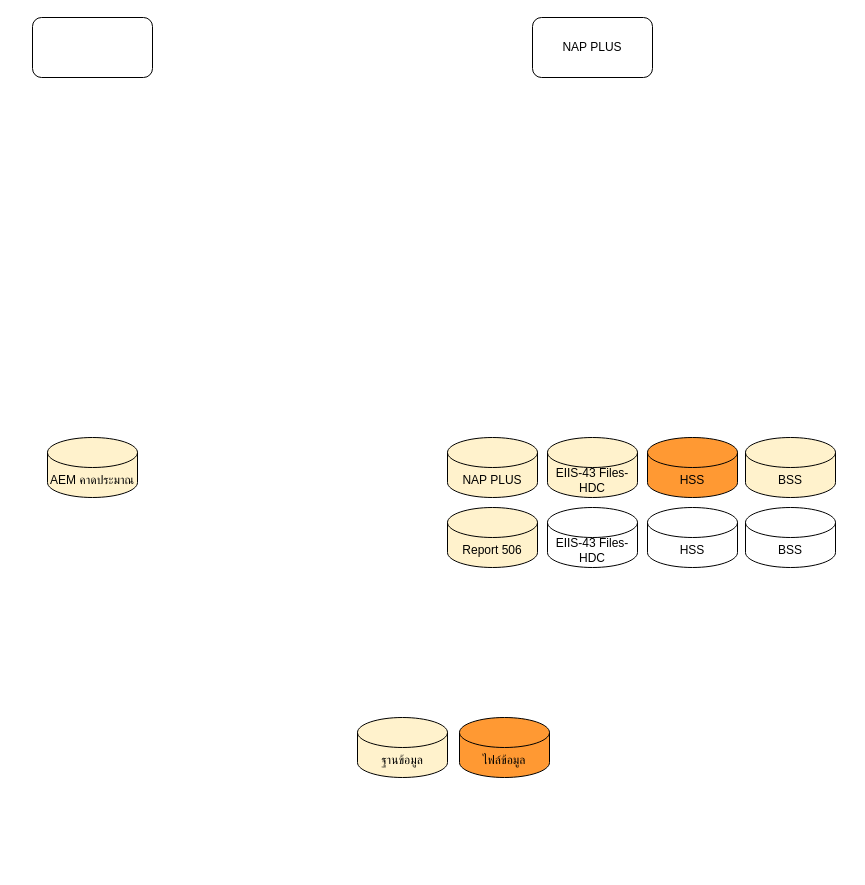
The draw.io diagram page "HIVs STIs App" (1 of 2) of HIVs STIs Diagram.drawio in anun311/regist, before the edit. Source tidied: cells renumbered, new cells numbered last; positions are measured from the earlier drawing's top-left corner, leaving out a move shared by most shapes. Both pictures are drawn from the tidied source at 100%, with x=0, y=0 at pixel (32, 17).
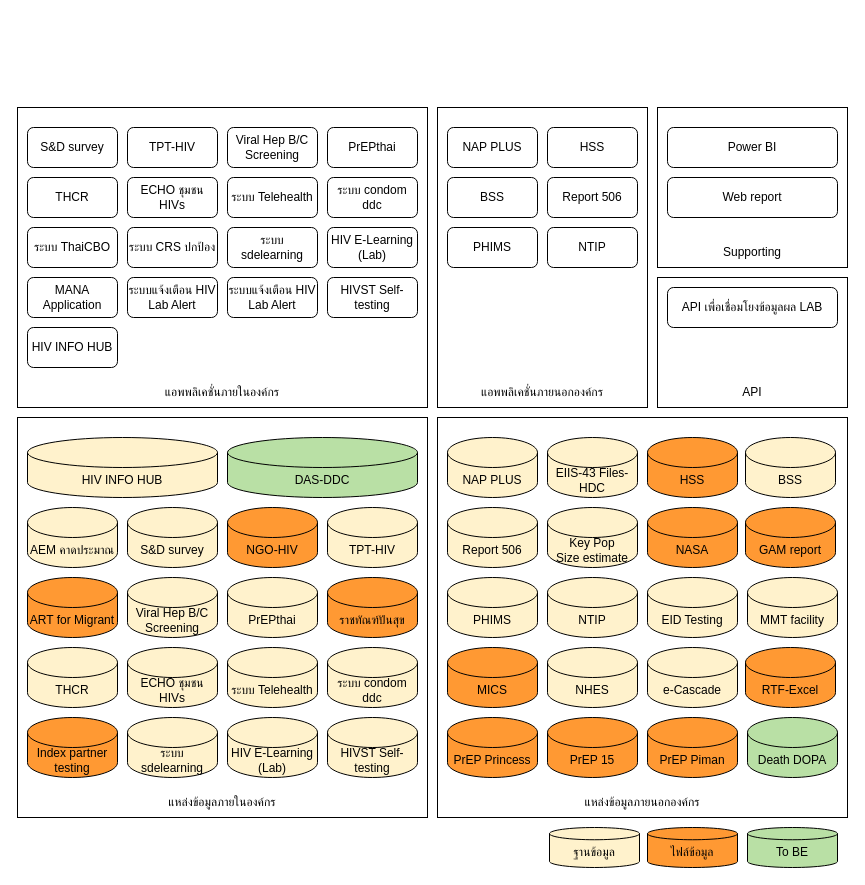
The same page after the edit.

What changed in the source:
```diff
@@
-    <mxCell id="2" style="rounded=1;whiteSpace=wrap;html=1;" parent="1" vertex="1">
-      <mxGeometry width="120" height="60" as="geometry" />
-    </mxCell>
+    <mxCell id="15" style="rounded=0;whiteSpace=wrap;html=1;" parent="1" vertex="1">
+      <mxGeometry x="625" y="260" width="190" height="130" as="geometry" />
+    </mxCell>
+    <mxCell id="16" style="rounded=0;whiteSpace=wrap;html=1;" parent="1" vertex="1">
+      <mxGeometry x="405" y="400" width="410" height="400" as="geometry" />
+    </mxCell>
+    <mxCell id="17" value="แหล่งข้อมูลภายนอกองค์กร" style="text;html=1;strokeColor=none;fillColor=none;align=center;verticalAlign=middle;whiteSpace=wrap;rounded=0;" parent="1" vertex="1">
+      <mxGeometry x="500" y="770" width="220" height="30" as="geometry" />
+    </mxCell>
+    <mxCell id="18" style="rounded=0;whiteSpace=wrap;html=1;" parent="1" vertex="1">
+      <mxGeometry x="-15" y="400" width="410" height="400" as="geometry" />
+    </mxCell>
+    <mxCell id="19" value="แหล่งข้อมูลภายในองค์กร" style="text;html=1;strokeColor=none;fillColor=none;align=center;verticalAlign=middle;whiteSpace=wrap;rounded=0;" parent="1" vertex="1">
+      <mxGeometry x="80" y="770" width="220" height="30" as="geometry" />
+    </mxCell>
+    <mxCell id="20" style="rounded=0;whiteSpace=wrap;html=1;" parent="1" vertex="1">
+      <mxGeometry x="405" y="90" width="210" height="300" as="geometry" />
+    </mxCell>
+    <mxCell id="21" style="rounded=0;whiteSpace=wrap;html=1;" parent="1" vertex="1">
+      <mxGeometry x="-15" y="90" width="410" height="300" as="geometry" />
+    </mxCell>
     <mxCell id="3" value="NAP PLUS" style="rounded=1;whiteSpace=wrap;html=1;" parent="1" vertex="1">
-      <mxGeometry x="500" width="120" height="60" as="geometry" />
+      <mxGeometry x="415" y="110" width="90" height="40" as="geometry" />
     </mxCell>
@@
-    <mxCell id="8" value="BSS" style="shape=cylinder3;whiteSpace=wrap;html=1;boundedLbl=1;backgroundOutline=1;size=15;" parent="1" vertex="1">
+    <mxCell id="8" value="GAM report" style="shape=cylinder3;whiteSpace=wrap;html=1;boundedLbl=1;backgroundOutline=1;size=15;fillColor=#FF9933;" parent="1" vertex="1">
       <mxGeometry x="713" y="490" width="90" height="60" as="geometry" />
     </mxCell>
-    <mxCell id="9" value="HSS" style="shape=cylinder3;whiteSpace=wrap;html=1;boundedLbl=1;backgroundOutline=1;size=15;" parent="1" vertex="1">
-      <mxGeometry x="615" y="490" width="90" height="60" as="geometry" />
-    </mxCell>
-    <mxCell id="10" value="EIIS-43 Files-HDC" style="shape=cylinder3;whiteSpace=wrap;html=1;boundedLbl=1;backgroundOutline=1;size=15;" parent="1" vertex="1">
-      <mxGeometry x="515" y="490" width="90" height="60" as="geometry" />
-    </mxCell>
@@
     <mxCell id="12" value="AEM คาดประมาณ" style="shape=cylinder3;whiteSpace=wrap;html=1;boundedLbl=1;backgroundOutline=1;size=15;fillColor=#FFF2CC;" parent="1" vertex="1">
-      <mxGeometry x="15" y="420" width="90" height="60" as="geometry" />
+      <mxGeometry x="-5" y="490" width="90" height="60" as="geometry" />
     </mxCell>
+    <mxCell id="14" value="ฐานข้อมูล" style="shape=cylinder3;whiteSpace=wrap;html=1;boundedLbl=1;backgroundOutline=1;size=6.121212121212125;fillColor=#FFF2CC;fontStyle=0;" parent="1" vertex="1">
+      <mxGeometry x="517" y="810" width="90" height="40" as="geometry" />
+    </mxCell>
+    <mxCell id="22" value="Key Pop&lt;br&gt;Size estimate" style="shape=cylinder3;whiteSpace=wrap;html=1;boundedLbl=1;backgroundOutline=1;size=15;fillColor=#FFF2CC;" parent="1" vertex="1">
+      <mxGeometry x="515" y="490" width="90" height="60" as="geometry" />
+    </mxCell>
+    <mxCell id="23" value="S&amp;amp;D survey" style="shape=cylinder3;whiteSpace=wrap;html=1;boundedLbl=1;backgroundOutline=1;size=15;fillColor=#FFF2CC;" parent="1" vertex="1">
+      <mxGeometry x="95" y="490" width="90" height="60" as="geometry" />
+    </mxCell>
+    <mxCell id="24" value="NGO-HIV" style="shape=cylinder3;whiteSpace=wrap;html=1;boundedLbl=1;backgroundOutline=1;size=15;fillColor=#FF9933;" parent="1" vertex="1">
+      <mxGeometry x="195" y="490" width="90" height="60" as="geometry" />
+    </mxCell>
+    <mxCell id="9" value="HSS" style="rounded=1;whiteSpace=wrap;html=1;" parent="1" vertex="1">
+      <mxGeometry x="515" y="110" width="90" height="40" as="geometry" />
+    </mxCell>
+    <mxCell id="25" value="S&amp;amp;D survey" style="rounded=1;whiteSpace=wrap;html=1;" parent="1" vertex="1">
+      <mxGeometry x="-5" y="110" width="90" height="40" as="geometry" />
+    </mxCell>
+    <mxCell id="26" value="BSS" style="rounded=1;whiteSpace=wrap;html=1;" parent="1" vertex="1">
+      <mxGeometry x="415" y="160" width="90" height="40" as="geometry" />
+    </mxCell>
+    <mxCell id="27" value="Report 506" style="rounded=1;whiteSpace=wrap;html=1;" parent="1" vertex="1">
+      <mxGeometry x="515" y="160" width="90" height="40" as="geometry" />
+    </mxCell>
+    <mxCell id="28" value="TPT-HIV" style="rounded=1;whiteSpace=wrap;html=1;" parent="1" vertex="1">
+      <mxGeometry x="95" y="110" width="90" height="40" as="geometry" />
+    </mxCell>
+    <mxCell id="29" value="TPT-HIV" style="shape=cylinder3;whiteSpace=wrap;html=1;boundedLbl=1;backgroundOutline=1;size=15;fillColor=#FFF2CC;" parent="1" vertex="1">
+      <mxGeometry x="295" y="490" width="90" height="60" as="geometry" />
+    </mxCell>
+    <mxCell id="30" value="ART for Migrant" style="shape=cylinder3;whiteSpace=wrap;html=1;boundedLbl=1;backgroundOutline=1;size=15;fillColor=#FF9933;" parent="1" vertex="1">
+      <mxGeometry x="-5" y="560" width="90" height="60" as="geometry" />
+    </mxCell>
+    <mxCell id="31" value="Viral Hep B/C Screening" style="rounded=1;whiteSpace=wrap;html=1;" parent="1" vertex="1">
+      <mxGeometry x="195" y="110" width="90" height="40" as="geometry" />
+    </mxCell>
+    <mxCell id="32" value="Viral Hep B/C Screening" style="shape=cylinder3;whiteSpace=wrap;html=1;boundedLbl=1;backgroundOutline=1;size=15;fillColor=#FFF2CC;" parent="1" vertex="1">
+      <mxGeometry x="95" y="560" width="90" height="60" as="geometry" />
+    </mxCell>
+    <mxCell id="33" value="PrEPthai" style="rounded=1;whiteSpace=wrap;html=1;" parent="1" vertex="1">
+      <mxGeometry x="295" y="110" width="90" height="40" as="geometry" />
+    </mxCell>
+    <mxCell id="34" value="PrEPthai" style="shape=cylinder3;whiteSpace=wrap;html=1;boundedLbl=1;backgroundOutline=1;size=15;fillColor=#FFF2CC;" parent="1" vertex="1">
+      <mxGeometry x="195" y="560" width="90" height="60" as="geometry" />
+    </mxCell>
+    <mxCell id="35" value="NASA" style="shape=cylinder3;whiteSpace=wrap;html=1;boundedLbl=1;backgroundOutline=1;size=15;fillColor=#FF9933;" parent="1" vertex="1">
+      <mxGeometry x="615" y="490" width="90" height="60" as="geometry" />
+    </mxCell>
+    <mxCell id="36" value="PHIMS" style="shape=cylinder3;whiteSpace=wrap;html=1;boundedLbl=1;backgroundOutline=1;size=15;fillColor=#FFF2CC;" parent="1" vertex="1">
+      <mxGeometry x="415" y="560" width="90" height="60" as="geometry" />
+    </mxCell>
+    <mxCell id="37" value="NTIP" style="shape=cylinder3;whiteSpace=wrap;html=1;boundedLbl=1;backgroundOutline=1;size=15;fillColor=#FFF2CC;" parent="1" vertex="1">
+      <mxGeometry x="515" y="560" width="90" height="60" as="geometry" />
+    </mxCell>
+    <mxCell id="38" value="EID Testing" style="shape=cylinder3;whiteSpace=wrap;html=1;boundedLbl=1;backgroundOutline=1;size=15;fillColor=#FFF2CC;" parent="1" vertex="1">
+      <mxGeometry x="615" y="560" width="90" height="60" as="geometry" />
+    </mxCell>
+    <mxCell id="39" value="PHIMS" style="rounded=1;whiteSpace=wrap;html=1;" parent="1" vertex="1">
+      <mxGeometry x="415" y="210" width="90" height="40" as="geometry" />
+    </mxCell>
+    <mxCell id="40" value="NTIP" style="rounded=1;whiteSpace=wrap;html=1;" parent="1" vertex="1">
+      <mxGeometry x="515" y="210" width="90" height="40" as="geometry" />
+    </mxCell>
+    <mxCell id="41" value="MMT facility" style="shape=cylinder3;whiteSpace=wrap;html=1;boundedLbl=1;backgroundOutline=1;size=15;fillColor=#FFF2CC;" parent="1" vertex="1">
+      <mxGeometry x="715" y="560" width="90" height="60" as="geometry" />
+    </mxCell>
+    <mxCell id="42" value="MICS" style="shape=cylinder3;whiteSpace=wrap;html=1;boundedLbl=1;backgroundOutline=1;size=15;fillColor=#FF9933;" parent="1" vertex="1">
+      <mxGeometry x="415" y="630" width="90" height="60" as="geometry" />
+    </mxCell>
+    <mxCell id="43" value="NHES" style="shape=cylinder3;whiteSpace=wrap;html=1;boundedLbl=1;backgroundOutline=1;size=15;fillColor=#FFF2CC;" parent="1" vertex="1">
+      <mxGeometry x="515" y="630" width="90" height="60" as="geometry" />
+    </mxCell>
+    <mxCell id="44" value="e-Cascade" style="shape=cylinder3;whiteSpace=wrap;html=1;boundedLbl=1;backgroundOutline=1;size=15;fillColor=#FFF2CC;" parent="1" vertex="1">
+      <mxGeometry x="615" y="630" width="90" height="60" as="geometry" />
+    </mxCell>
+    <mxCell id="45" value="RTF-Excel" style="shape=cylinder3;whiteSpace=wrap;html=1;boundedLbl=1;backgroundOutline=1;size=15;fillColor=#FF9933;" parent="1" vertex="1">
+      <mxGeometry x="713" y="630" width="90" height="60" as="geometry" />
+    </mxCell>
+    <mxCell id="46" value="PrEP Princess" style="shape=cylinder3;whiteSpace=wrap;html=1;boundedLbl=1;backgroundOutline=1;size=15;fillColor=#FF9933;" parent="1" vertex="1">
+      <mxGeometry x="415" y="700" width="90" height="60" as="geometry" />
+    </mxCell>
+    <mxCell id="47" value="PrEP 15" style="shape=cylinder3;whiteSpace=wrap;html=1;boundedLbl=1;backgroundOutline=1;size=15;fillColor=#FF9933;" parent="1" vertex="1">
+      <mxGeometry x="515" y="700" width="90" height="60" as="geometry" />
+    </mxCell>
+    <mxCell id="48" value="PrEP Piman" style="shape=cylinder3;whiteSpace=wrap;html=1;boundedLbl=1;backgroundOutline=1;size=15;fillColor=#FF9933;" parent="1" vertex="1">
+      <mxGeometry x="615" y="700" width="90" height="60" as="geometry" />
+    </mxCell>
+    <mxCell id="49" value="Death DOPA" style="shape=cylinder3;whiteSpace=wrap;html=1;boundedLbl=1;backgroundOutline=1;size=15;fillColor=#B9E0A5;" parent="1" vertex="1">
+      <mxGeometry x="715" y="700" width="90" height="60" as="geometry" />
+    </mxCell>
+    <mxCell id="50" value="ราชทัณฑ์ปันสุข" style="shape=cylinder3;whiteSpace=wrap;html=1;boundedLbl=1;backgroundOutline=1;size=15;fillColor=#FF9933;" parent="1" vertex="1">
+      <mxGeometry x="295" y="560" width="90" height="60" as="geometry" />
+    </mxCell>
+    <mxCell id="51" value="THCR" style="rounded=1;whiteSpace=wrap;html=1;" parent="1" vertex="1">
+      <mxGeometry x="-5" y="160" width="90" height="40" as="geometry" />
+    </mxCell>
+    <mxCell id="52" value="THCR" style="shape=cylinder3;whiteSpace=wrap;html=1;boundedLbl=1;backgroundOutline=1;size=15;fillColor=#FFF2CC;" parent="1" vertex="1">
+      <mxGeometry x="-5" y="630" width="90" height="60" as="geometry" />
+    </mxCell>
+    <mxCell id="53" value="ECHO ชุมชน HIVs" style="rounded=1;whiteSpace=wrap;html=1;" parent="1" vertex="1">
+      <mxGeometry x="95" y="160" width="90" height="40" as="geometry" />
+    </mxCell>
+    <mxCell id="54" value="ECHO ชุมชน HIVs" style="shape=cylinder3;whiteSpace=wrap;html=1;boundedLbl=1;backgroundOutline=1;size=15;fillColor=#FFF2CC;" parent="1" vertex="1">
+      <mxGeometry x="95" y="630" width="90" height="60" as="geometry" />
+    </mxCell>
+    <mxCell id="55" value="ระบบ Telehealth" style="rounded=1;whiteSpace=wrap;html=1;" parent="1" vertex="1">
+      <mxGeometry x="195" y="160" width="90" height="40" as="geometry" />
+    </mxCell>
+    <mxCell id="56" value="ระบบ Telehealth" style="shape=cylinder3;whiteSpace=wrap;html=1;boundedLbl=1;backgroundOutline=1;size=15;fillColor=#FFF2CC;" parent="1" vertex="1">
+      <mxGeometry x="195" y="630" width="90" height="60" as="geometry" />
+    </mxCell>
+    <mxCell id="57" value="ระบบ condom ddc" style="shape=cylinder3;whiteSpace=wrap;html=1;boundedLbl=1;backgroundOutline=1;size=15;fillColor=#FFF2CC;" parent="1" vertex="1">
+      <mxGeometry x="295" y="630" width="90" height="60" as="geometry" />
+    </mxCell>
+    <mxCell id="58" value="ระบบ condom ddc" style="rounded=1;whiteSpace=wrap;html=1;" parent="1" vertex="1">
+      <mxGeometry x="295" y="160" width="90" height="40" as="geometry" />
+    </mxCell>
+    <mxCell id="59" value="ระบบ&amp;nbsp;ThaiCBO" style="rounded=1;whiteSpace=wrap;html=1;" parent="1" vertex="1">
+      <mxGeometry x="-5" y="210" width="90" height="40" as="geometry" />
+    </mxCell>
+    <mxCell id="60" value="Index partner testing" style="shape=cylinder3;whiteSpace=wrap;html=1;boundedLbl=1;backgroundOutline=1;size=15;fillColor=#FF9933;" parent="1" vertex="1">
+      <mxGeometry x="-5" y="700" width="90" height="60" as="geometry" />
+    </mxCell>
+    <mxCell id="61" value="ระบบ&amp;nbsp;CRS ปกป้อง" style="rounded=1;whiteSpace=wrap;html=1;" parent="1" vertex="1">
+      <mxGeometry x="95" y="210" width="90" height="40" as="geometry" />
+    </mxCell>
+    <mxCell id="62" value="ระบบ sdelearning" style="shape=cylinder3;whiteSpace=wrap;html=1;boundedLbl=1;backgroundOutline=1;size=15;fillColor=#FFF2CC;" parent="1" vertex="1">
+      <mxGeometry x="95" y="700" width="90" height="60" as="geometry" />
+    </mxCell>
+    <mxCell id="63" value="ระบบ sdelearning" style="rounded=1;whiteSpace=wrap;html=1;" parent="1" vertex="1">
+      <mxGeometry x="195" y="210" width="90" height="40" as="geometry" />
+    </mxCell>
+    <mxCell id="64" value="HIV E-Learning (Lab)" style="rounded=1;whiteSpace=wrap;html=1;" parent="1" vertex="1">
+      <mxGeometry x="295" y="210" width="90" height="40" as="geometry" />
+    </mxCell>
+    <mxCell id="65" value="HIV E-Learning (Lab)" style="shape=cylinder3;whiteSpace=wrap;html=1;boundedLbl=1;backgroundOutline=1;size=15;fillColor=#FFF2CC;" parent="1" vertex="1">
+      <mxGeometry x="195" y="700" width="90" height="60" as="geometry" />
+    </mxCell>
+    <mxCell id="66" value="MANA Application" style="rounded=1;whiteSpace=wrap;html=1;" parent="1" vertex="1">
+      <mxGeometry x="-5" y="260" width="90" height="40" as="geometry" />
+    </mxCell>
+    <mxCell id="67" value="ระบบแจ้งเตือน HIV Lab Alert" style="rounded=1;whiteSpace=wrap;html=1;" parent="1" vertex="1">
+      <mxGeometry x="95" y="260" width="90" height="40" as="geometry" />
+    </mxCell>
+    <mxCell id="68" value="ระบบแจ้งเตือน HIV Lab Alert" style="rounded=1;whiteSpace=wrap;html=1;" parent="1" vertex="1">
+      <mxGeometry x="195" y="260" width="90" height="40" as="geometry" />
+    </mxCell>
+    <mxCell id="69" value="HIVST Self-testing" style="rounded=1;whiteSpace=wrap;html=1;" parent="1" vertex="1">
+      <mxGeometry x="295" y="260" width="90" height="40" as="geometry" />
+    </mxCell>
+    <mxCell id="70" value="HIVST Self-testing" style="shape=cylinder3;whiteSpace=wrap;html=1;boundedLbl=1;backgroundOutline=1;size=15;fillColor=#FFF2CC;" parent="1" vertex="1">
+      <mxGeometry x="295" y="700" width="90" height="60" as="geometry" />
+    </mxCell>
+    <mxCell id="71" value="แอพพลิเคชั่นภายในองค์กร" style="text;html=1;strokeColor=none;fillColor=none;align=center;verticalAlign=middle;whiteSpace=wrap;rounded=0;" parent="1" vertex="1">
+      <mxGeometry x="80" y="360" width="220" height="30" as="geometry" />
+    </mxCell>
+    <mxCell id="72" value="แอพพลิเคชั่นภายนอกองค์กร" style="text;html=1;strokeColor=none;fillColor=none;align=center;verticalAlign=middle;whiteSpace=wrap;rounded=0;" parent="1" vertex="1">
+      <mxGeometry x="415" y="360" width="190" height="30" as="geometry" />
+    </mxCell>
+    <mxCell id="73" style="rounded=0;whiteSpace=wrap;html=1;" parent="1" vertex="1">
+      <mxGeometry x="625" y="90" width="190" height="160" as="geometry" />
+    </mxCell>
+    <mxCell id="74" value="Power BI" style="rounded=1;whiteSpace=wrap;html=1;" parent="1" vertex="1">
+      <mxGeometry x="635" y="110" width="170" height="40" as="geometry" />
+    </mxCell>
+    <mxCell id="75" value="Web report" style="rounded=1;whiteSpace=wrap;html=1;" parent="1" vertex="1">
+      <mxGeometry x="635" y="160" width="170" height="40" as="geometry" />
+    </mxCell>
+    <mxCell id="76" value="HIV INFO HUB" style="rounded=1;whiteSpace=wrap;html=1;" parent="1" vertex="1">
+      <mxGeometry x="-5" y="310" width="90" height="40" as="geometry" />
+    </mxCell>
+    <mxCell id="77" value="Supporting" style="text;html=1;strokeColor=none;fillColor=none;align=center;verticalAlign=middle;whiteSpace=wrap;rounded=0;" parent="1" vertex="1">
+      <mxGeometry x="675" y="220" width="90" height="30" as="geometry" />
+    </mxCell>
+    <mxCell id="78" value="HIV INFO HUB" style="shape=cylinder3;whiteSpace=wrap;html=1;boundedLbl=1;backgroundOutline=1;size=15;fillColor=#FFF2CC;" parent="1" vertex="1">
+      <mxGeometry x="-5" y="420" width="190" height="60" as="geometry" />
+    </mxCell>
+    <mxCell id="79" value="DAS-DDC" style="shape=cylinder3;whiteSpace=wrap;html=1;boundedLbl=1;backgroundOutline=1;size=15;fillColor=#B9E0A5;" parent="1" vertex="1">
+      <mxGeometry x="195" y="420" width="190" height="60" as="geometry" />
+    </mxCell>
+    <mxCell id="80" value="API" style="text;html=1;strokeColor=none;fillColor=none;align=center;verticalAlign=middle;whiteSpace=wrap;rounded=0;" parent="1" vertex="1">
+      <mxGeometry x="675" y="360" width="90" height="30" as="geometry" />
+    </mxCell>
+    <mxCell id="81" value="API เพื่อเชื่อมโยงข้อมูลผล LAB " style="rounded=1;whiteSpace=wrap;html=1;" parent="1" vertex="1">
+      <mxGeometry x="635" y="270" width="170" height="40" as="geometry" />
+    </mxCell>
-    <mxCell id="13" value="ไฟล์ข้อมูล" style="shape=cylinder3;whiteSpace=wrap;html=1;boundedLbl=1;backgroundOutline=1;size=15;fillColor=#FF9933;" parent="1" vertex="1">
-      <mxGeometry x="427" y="700" width="90" height="60" as="geometry" />
+    <mxCell id="13" value="ไฟล์ข้อมูล" style="shape=cylinder3;whiteSpace=wrap;html=1;boundedLbl=1;backgroundOutline=1;size=6.121212121212125;fillColor=#FF9933;fontStyle=0;" parent="1" vertex="1">
+      <mxGeometry x="615" y="810" width="90" height="40" as="geometry" />
     </mxCell>
-    <mxCell id="14" value="ฐานข้อมูล" style="shape=cylinder3;whiteSpace=wrap;html=1;boundedLbl=1;backgroundOutline=1;size=15;fillColor=#FFF2CC;fontStyle=0;" parent="1" vertex="1">
-      <mxGeometry x="325" y="700" width="90" height="60" as="geometry" />
-    </mxCell>
+    <mxCell id="82" value="To BE" style="shape=cylinder3;whiteSpace=wrap;html=1;boundedLbl=1;backgroundOutline=1;size=6.121212121212125;fillColor=#B9E0A5;fontStyle=0;" parent="1" vertex="1">
+      <mxGeometry x="715" y="810" width="90" height="40" as="geometry" />
+    </mxCell>
```
